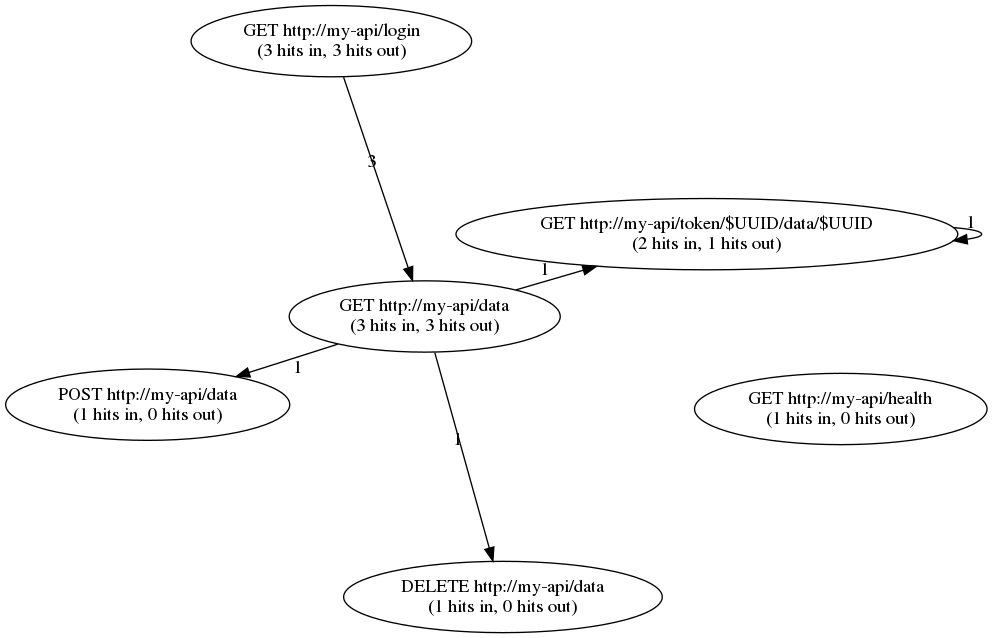
Before: examples/truncate.png, a diagram exported from Graphviz (tkriik/apathy). Its source is kept beside it as examples/truncate.dot. The source it was exported from:
```dot
digraph apathy_graph {
    r0 [label="GET http://my-api/login\n(3 hits in, 3 hits out)"];
    r1 [label="GET http://my-api/data\n(3 hits in, 3 hits out)"];
    r2 [label="POST http://my-api/data\n(1 hits in, 0 hits out)"];
    r3 [label="DELETE http://my-api/data\n(1 hits in, 0 hits out)"];
    r4 [label="GET http://my-api/health\n(1 hits in, 0 hits out)"];
    r5 [label="GET http://my-api/token/$UUID/data/$UUID\n(2 hits in, 1 hits out)"];

    r0 -> r1 [xlabel="3"];
    r1 -> r3 [xlabel="1"];
    r1 -> r2 [xlabel="1"];
    r1 -> r5 [xlabel="1"];
    r5 -> r5 [xlabel="1"];
}
```
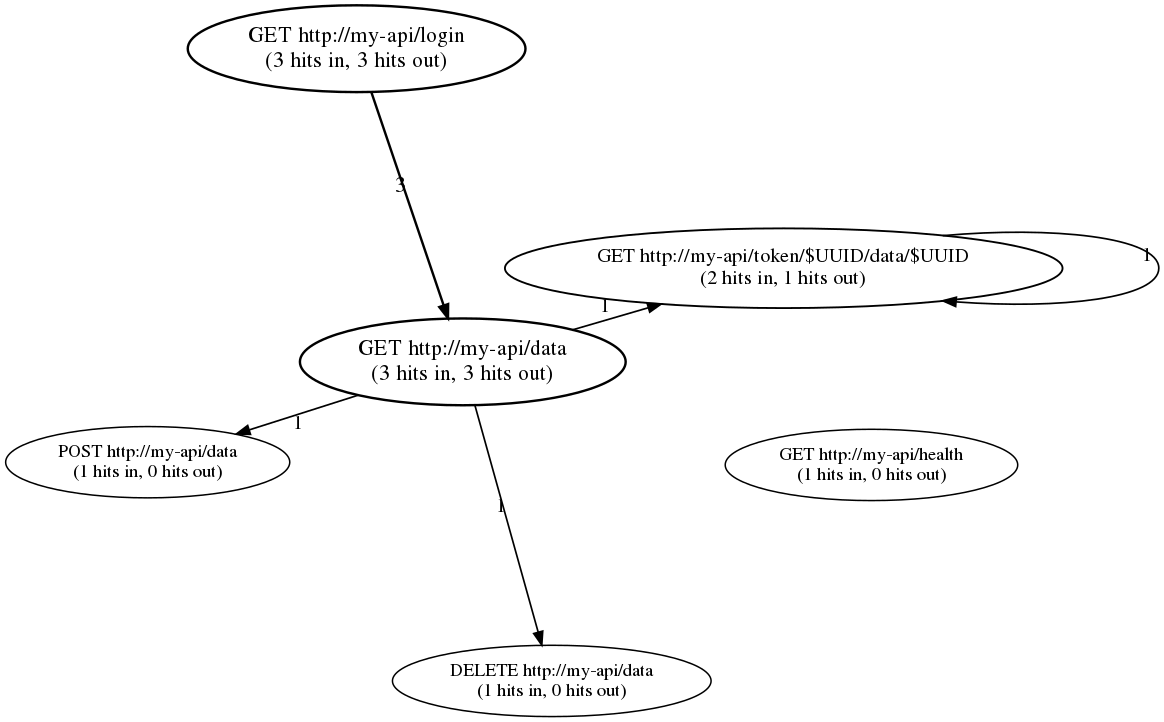
After the commit.

The edit, as a diff of the source:
```diff
@@ -1,14 +1,16 @@
 digraph apathy_graph {
-    r0 [label="GET http://my-api/login\n(3 hits in, 3 hits out)"];
-    r1 [label="GET http://my-api/data\n(3 hits in, 3 hits out)"];
-    r2 [label="POST http://my-api/data\n(1 hits in, 0 hits out)"];
-    r3 [label="DELETE http://my-api/data\n(1 hits in, 0 hits out)"];
-    r4 [label="GET http://my-api/health\n(1 hits in, 0 hits out)"];
-    r5 [label="GET http://my-api/token/$UUID/data/$UUID\n(2 hits in, 1 hits out)"];
+    nodesep=1.0;
+    ordering=out;
+    r0 [label="GET http://my-api/login\n(3 hits in, 3 hits out)", fontsize=17, penwidth=1.818182];
+    r1 [label="GET http://my-api/data\n(3 hits in, 3 hits out)", fontsize=17, penwidth=1.818182];
+    r2 [label="POST http://my-api/data\n(1 hits in, 0 hits out)", fontsize=14, penwidth=1.136364];
+    r3 [label="DELETE http://my-api/data\n(1 hits in, 0 hits out)", fontsize=14, penwidth=1.136364];
+    r4 [label="GET http://my-api/health\n(1 hits in, 0 hits out)", fontsize=14, penwidth=1.136364];
+    r5 [label="GET http://my-api/token/$UUID/data/$UUID\n(2 hits in, 1 hits out)", fontsize=15, penwidth=1.409091];
 
-    r0 -> r1 [xlabel="3"];
-    r1 -> r3 [xlabel="1"];
-    r1 -> r2 [xlabel="1"];
-    r1 -> r5 [xlabel="1"];
-    r5 -> r5 [xlabel="1"];
+    r0 -> r1 [xlabel="3", fontsize=17, penwidth=1.818182];
+    r1 -> r3 [xlabel="1", fontsize=15, penwidth=1.272727];
+    r1 -> r2 [xlabel="1", fontsize=15, penwidth=1.272727];
+    r1 -> r5 [xlabel="1", fontsize=15, penwidth=1.272727];
+    r5 -> r5 [xlabel="1", fontsize=15, penwidth=1.272727];
 }
```
